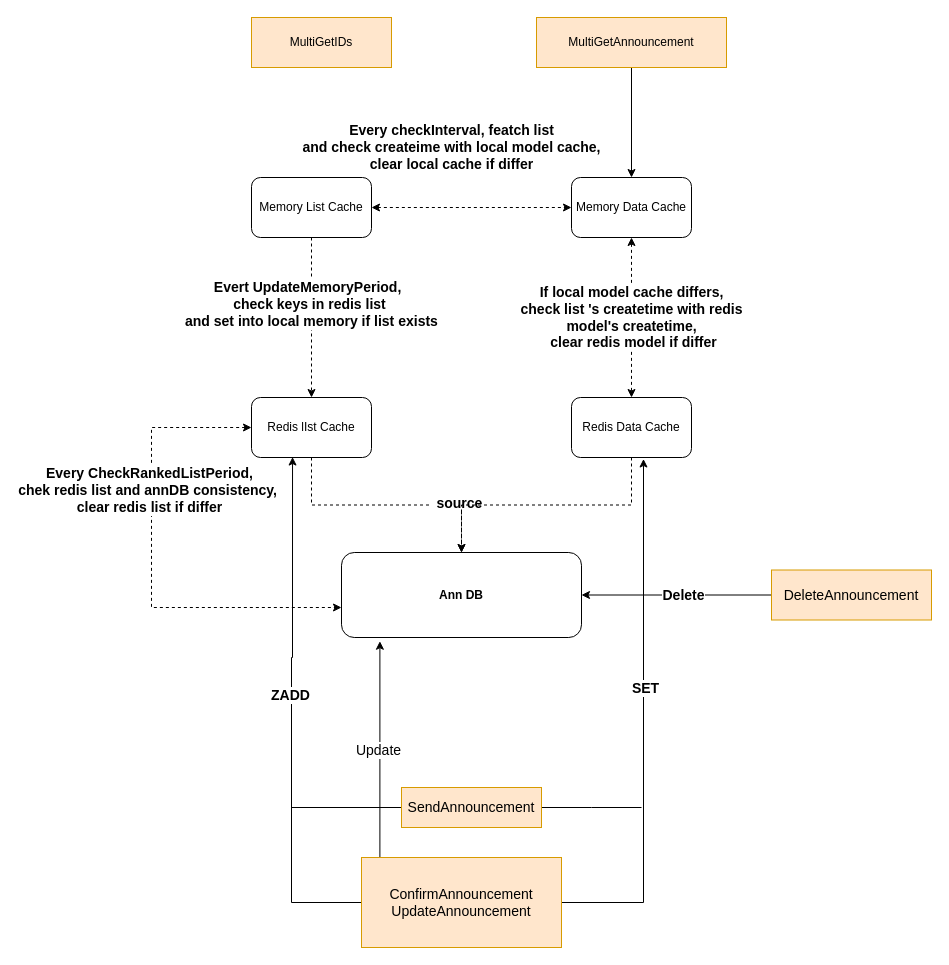
Earlier version of the draw.io diagram 未命名绘图.drawio (MarkDin/flowGraph). Source tidied: cells renumbered, new cells numbered last; positions are measured from the earlier drawing's top-left corner, leaving out a move shared by most shapes. Both pictures are drawn from the tidied source at 100%, with x=0, y=0 at pixel (151, 17).
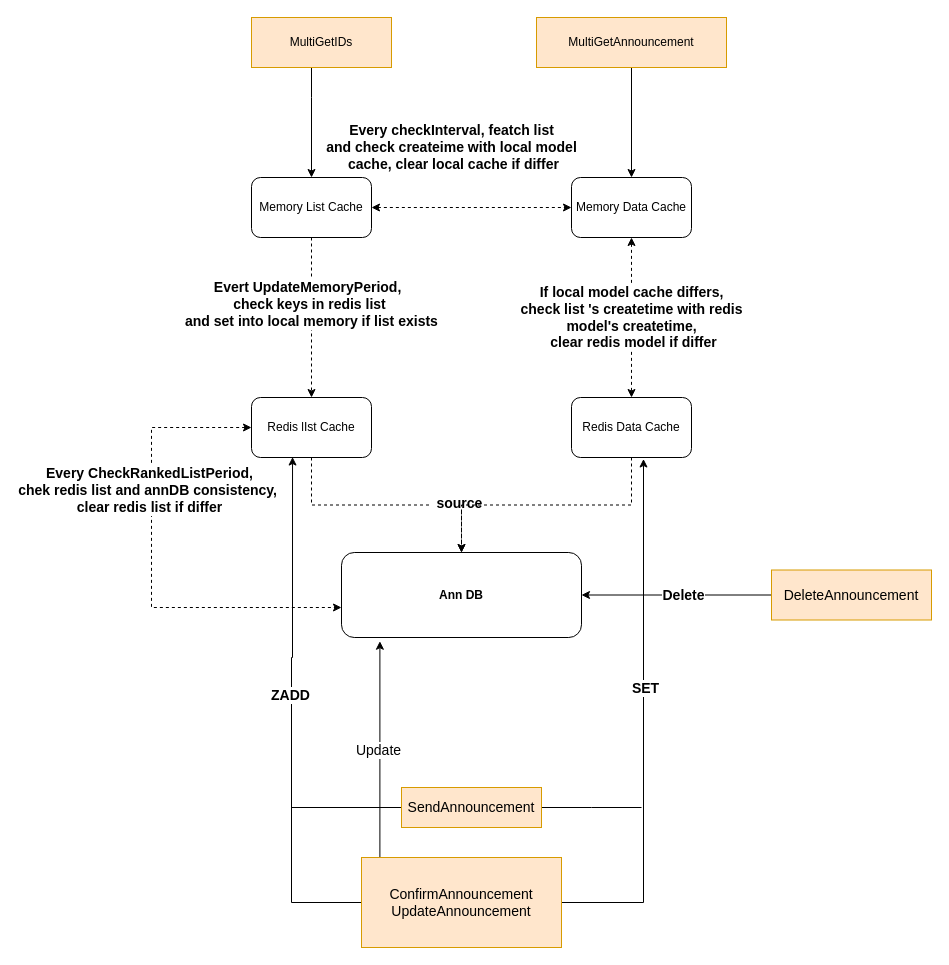
After the change.

Unchanged cells that the change refers to:
```xml
<mxCell id="5" value="Memory List Cache" style="rounded=1;whiteSpace=wrap;html=1;" parent="1" vertex="1">
  <mxGeometry x="100" y="160" width="120" height="60" as="geometry" />
</mxCell>
<mxCell id="16" value="MultiGetIDs" style="rounded=0;whiteSpace=wrap;html=1;fillColor=#ffe6cc;strokeColor=#d79b00;" parent="1" vertex="1">
  <mxGeometry x="100" width="140" height="50" as="geometry" />
</mxCell>
```

Diff of the diagram source:
```diff
@@
+    <mxCell id="33" style="edgeStyle=orthogonalEdgeStyle;rounded=0;jettySize=auto;html=1;entryX=0.5;entryY=0;entryDx=0;entryDy=0;fontSize=14;startArrow=none;startFill=0;endArrow=classic;endFill=1;" parent="1" edge="1" source="16" target="5">
+      <mxGeometry relative="1" as="geometry">
+        <Array as="points">
+          <mxPoint x="160" y="80" />
+          <mxPoint x="160" y="80" />
+        </Array>
+      </mxGeometry>
+    </mxCell>
@@
-    <mxCell id="19" value="&lt;font style=&quot;font-size: 14px;&quot;&gt;&lt;b&gt;Every checkInterval, featch list &lt;br&gt;and check createime with local model cache,&lt;br&gt;clear local cache if differ&lt;/b&gt;&lt;/font&gt;" style="text;html=1;align=center;verticalAlign=middle;strokeColor=none;fillColor=none;" parent="1" vertex="1">
-      <mxGeometry x="140" y="100" width="320" height="60" as="geometry" />
+    <mxCell id="19" value="&lt;font style=&quot;font-size: 14px;&quot;&gt;&lt;b&gt;Every checkInterval, featch list &lt;br&gt;and check createime with local model&lt;br&gt;&amp;nbsp;cache, clear local cache if differ&lt;/b&gt;&lt;/font&gt;" style="text;html=1;align=center;verticalAlign=middle;strokeColor=none;fillColor=none;" parent="1" vertex="1">
+      <mxGeometry x="165" y="100" width="270" height="60" as="geometry" />
     </mxCell>
```
